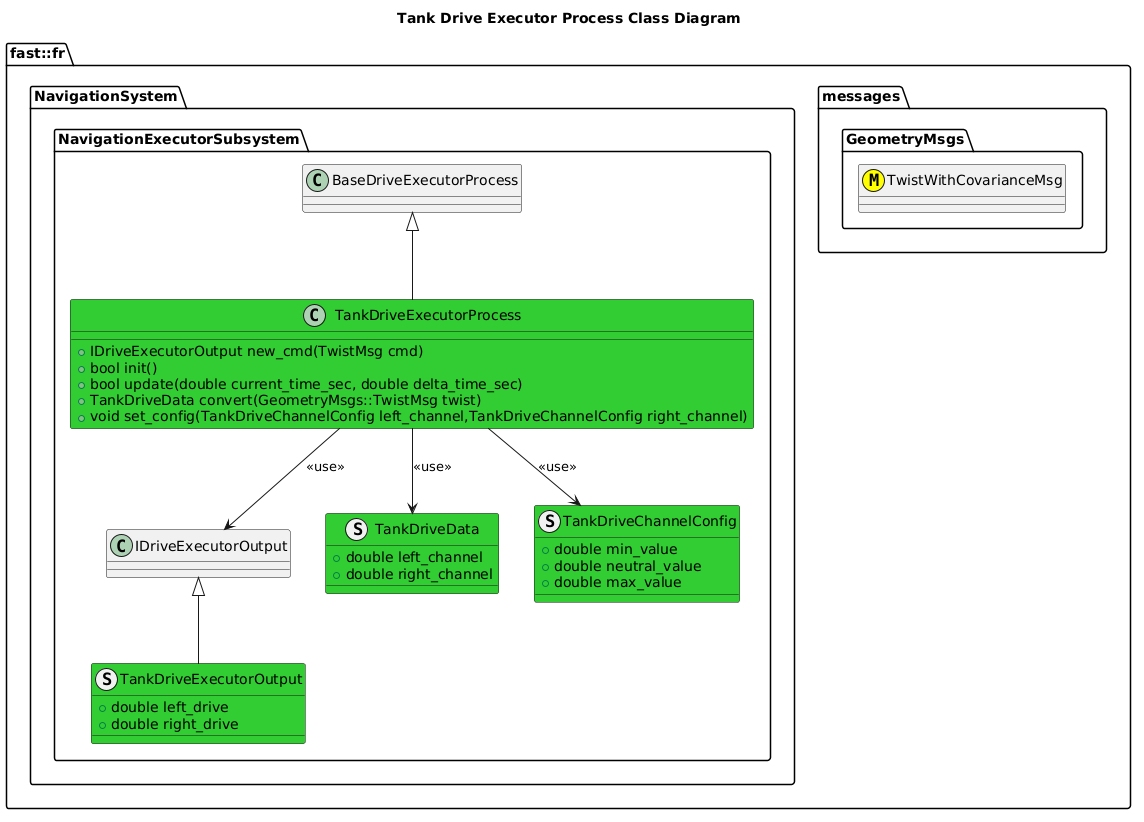
Above: Systems/Navigation/Subsystems/NavigationExecutor/Processes/DriveExecutor/doc/ProcessImplementations/puml/TankDriveExecutorClassDiagram.png in fastrobotics/robot_framework (PlantUML), before the change.
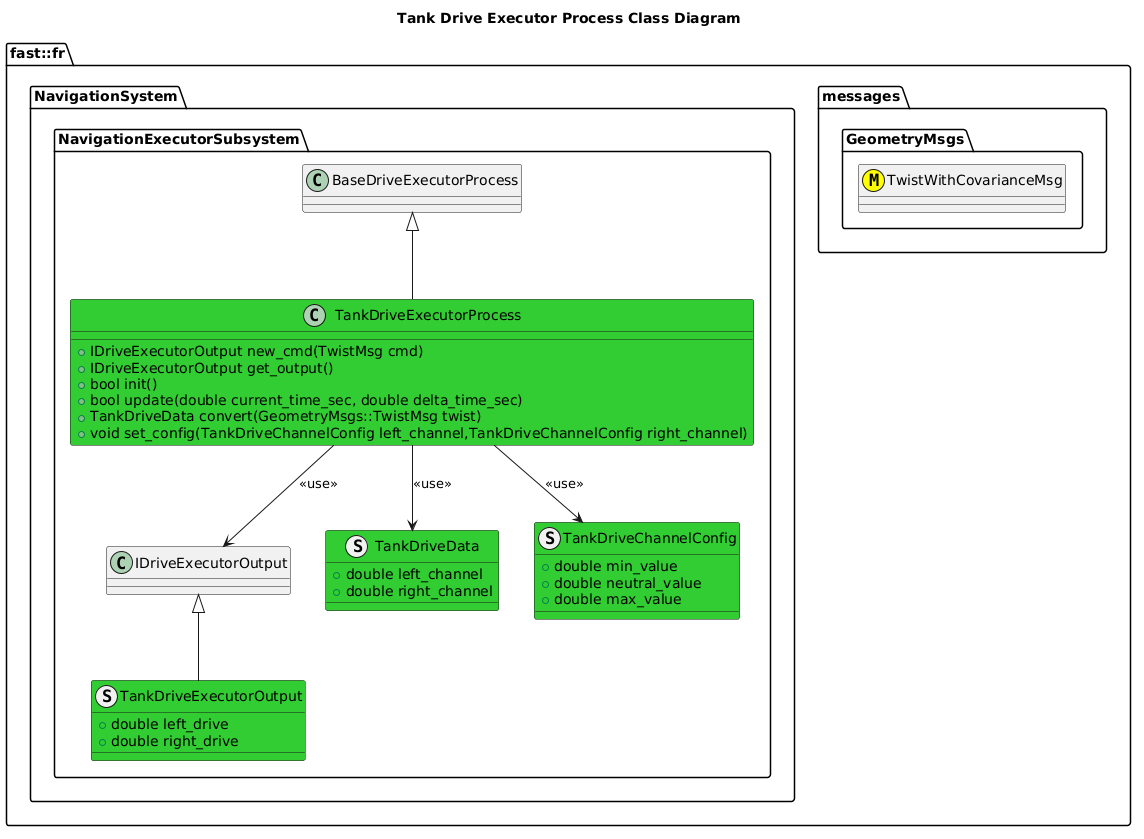
After the commit.

Diff of the diagram source:
```diff
@@ -27,6 +27,7 @@
       TankDriveExecutorOutput -up-|> IDriveExecutorOutput
       class TankDriveExecutorProcess #LimeGreen {
           +IDriveExecutorOutput new_cmd(TwistMsg cmd)
+          +IDriveExecutorOutput get_output()
           +bool init()
           +bool update(double current_time_sec, double delta_time_sec)
           +TankDriveData convert(GeometryMsgs::TwistMsg twist)
```
